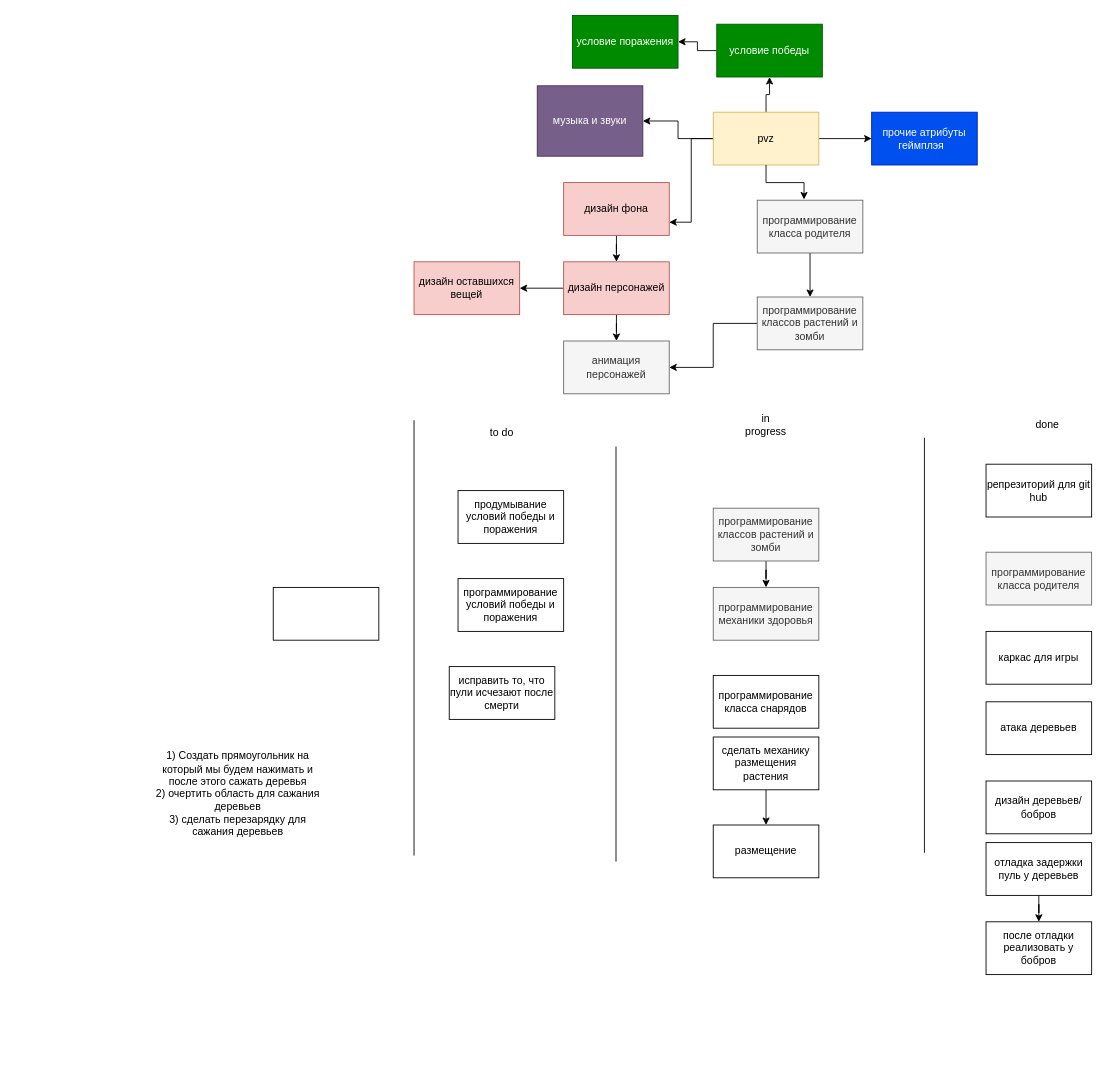
NeNeProgrammist/trees_and_beavers keeps this draw.io diagram as схема игры treas vs beavers.drawio. Above is the earlier version. Source tidied: cells renumbered, new cells numbered last; positions are measured from the earlier drawing's top-left corner, leaving out a move shared by most shapes. Both pictures are drawn from the tidied source at 88%, with x=0, y=0 at pixel (150, 15).
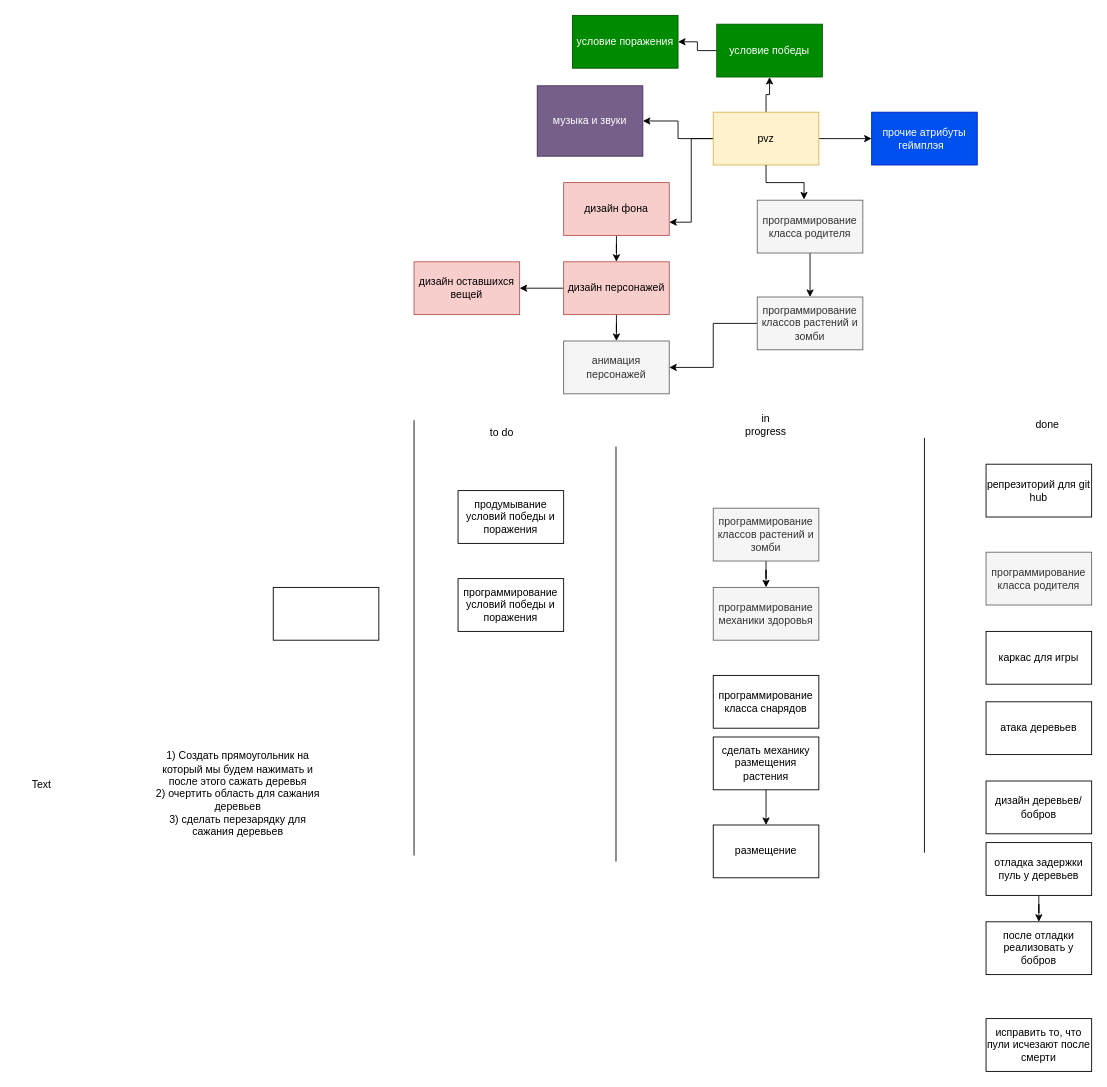
After the change.

Commit message (it also covers changes not shown here):
work with seeds(with bugs)

The edit, as a diff of the source:
```diff
@@
     <mxCell id="41" value="исправить то, что пули исчезают после смерти" style="rounded=0;whiteSpace=wrap;html=1;" parent="1" vertex="1">
-      <mxGeometry x="340" y="740" width="120" height="60" as="geometry" />
+      <mxGeometry x="950" y="1140" width="120" height="60" as="geometry" />
     </mxCell>
@@
+    <mxCell id="50" value="Text" style="text;html=1;align=center;verticalAlign=middle;whiteSpace=wrap;rounded=0;" parent="1" vertex="1">
+      <mxGeometry x="-153" y="860" width="60" height="30" as="geometry" />
+    </mxCell>
```
